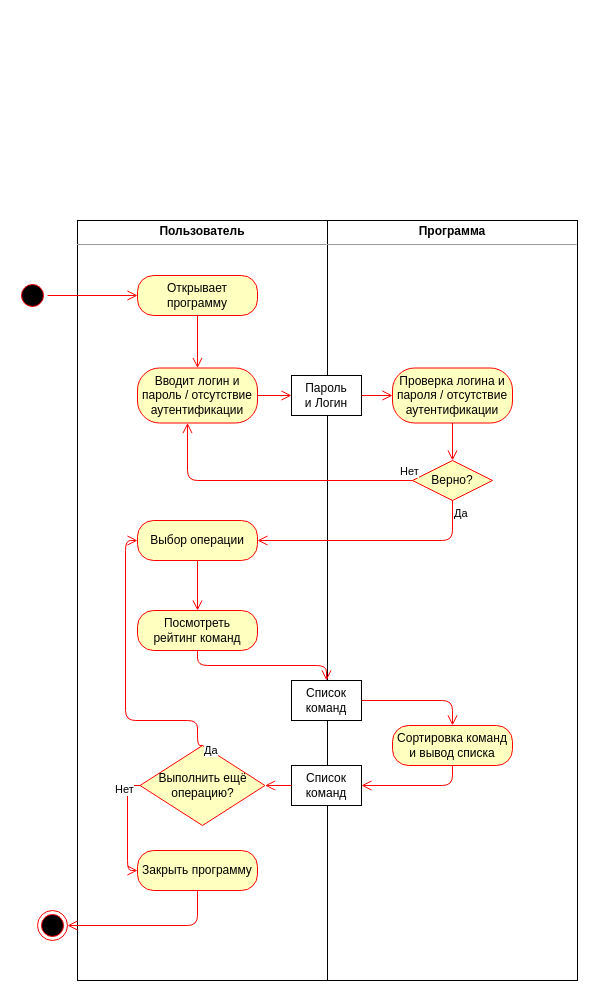
This is page "Page-1" (1 of 8) of business_process_diagram.drawio from hardlywave/PPVIS, a draw.io file, before an edit. Source tidied: cells renumbered, new cells numbered last; positions are measured from the earlier drawing's top-left corner, leaving out a move shared by most shapes. Both pictures are drawn from the tidied source at 100%, with x=0, y=0 at pixel (17, 220).
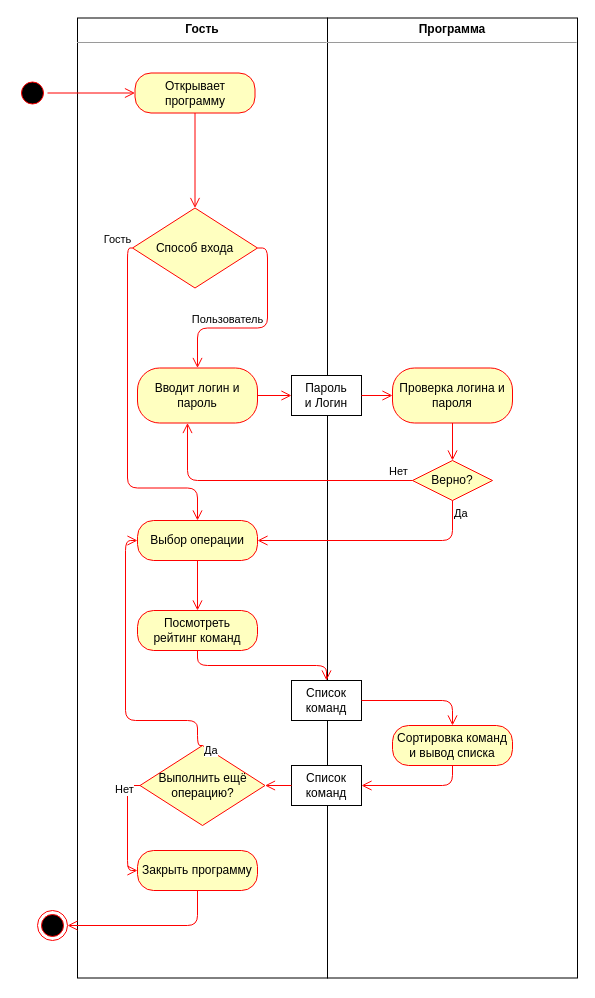
The same diagram, later.

The change refers to these unchanged cells:
```xml
<mxCell id="10" value="Верно?" style="rhombus;whiteSpace=wrap;html=1;fillColor=#ffffc0;strokeColor=#ff0000;" parent="1" vertex="1">
  <mxGeometry x="395" y="240" width="80" height="40" as="geometry" />
</mxCell>
<mxCell id="15" value="Выбор операции" style="rounded=1;whiteSpace=wrap;html=1;arcSize=40;fontColor=#000000;fillColor=#ffffc0;strokeColor=#ff0000;" parent="1" vertex="1">
  <mxGeometry x="120" y="300" width="120" height="40" as="geometry" />
</mxCell>
```

What changed in the source:
```diff
@@
-    <mxCell id="2" value="&lt;p style=&quot;margin: 0px ; margin-top: 4px ; text-align: center&quot;&gt;&lt;b&gt;Пользователь&lt;/b&gt;&lt;/p&gt;&lt;hr size=&quot;1&quot;&gt;&lt;div style=&quot;height: 2px&quot;&gt;&lt;/div&gt;" style="verticalAlign=top;align=left;overflow=fill;fontSize=12;fontFamily=Helvetica;html=1;" parent="1" vertex="1">
-      <mxGeometry x="60" width="250" height="760" as="geometry" />
+    <mxCell id="2" value="&lt;p style=&quot;margin: 0px ; margin-top: 4px ; text-align: center&quot;&gt;&lt;b&gt;Гость&lt;/b&gt;&lt;/p&gt;&lt;hr size=&quot;1&quot;&gt;&lt;div style=&quot;height: 2px&quot;&gt;&lt;/div&gt;" style="verticalAlign=top;align=left;overflow=fill;fontSize=12;fontFamily=Helvetica;html=1;" parent="1" vertex="1">
+      <mxGeometry x="60" y="-202.5" width="250" height="960" as="geometry" />
     </mxCell>
     <mxCell id="3" value="&lt;p style=&quot;margin: 0px ; margin-top: 4px ; text-align: center&quot;&gt;&lt;b&gt;Программа&lt;/b&gt;&lt;/p&gt;&lt;hr size=&quot;1&quot;&gt;&lt;div style=&quot;height: 2px&quot;&gt;&lt;/div&gt;" style="verticalAlign=top;align=left;overflow=fill;fontSize=12;fontFamily=Helvetica;html=1;" parent="1" vertex="1">
-      <mxGeometry x="310" width="250" height="760" as="geometry" />
+      <mxGeometry x="310" y="-202.5" width="250" height="960" as="geometry" />
     </mxCell>
     <mxCell id="4" style="ellipse;html=1;shape=startState;fillColor=#000000;strokeColor=#ff0000;" parent="1" vertex="1">
-      <mxGeometry y="60" width="30" height="30" as="geometry" />
+      <mxGeometry y="-142.5" width="30" height="30" as="geometry" />
     </mxCell>
@@
     <mxCell id="6" value="Открывает программу" style="rounded=1;whiteSpace=wrap;html=1;arcSize=40;fontColor=#000000;fillColor=#ffffc0;strokeColor=#ff0000;" parent="1" vertex="1">
-      <mxGeometry x="120" y="55" width="120" height="40" as="geometry" />
+      <mxGeometry x="117.5" y="-147.5" width="120" height="40" as="geometry" />
     </mxCell>
-    <mxCell id="7" style="edgeStyle=orthogonalEdgeStyle;html=1;verticalAlign=bottom;endArrow=open;endSize=8;strokeColor=#ff0000;entryX=0.5;entryY=0;entryDx=0;entryDy=0;" parent="1" edge="1" source="6" target="8">
+    <mxCell id="7" style="edgeStyle=orthogonalEdgeStyle;html=1;verticalAlign=bottom;endArrow=open;endSize=8;strokeColor=#ff0000;" parent="1" edge="1" source="6" target="33">
       <mxGeometry relative="1" as="geometry" />
     </mxCell>
-    <mxCell id="8" value="Вводит логин и пароль / отсутствие аутентификации" style="rounded=1;whiteSpace=wrap;html=1;arcSize=40;fontColor=#000000;fillColor=#ffffc0;strokeColor=#ff0000;" parent="1" vertex="1">
+    <mxCell id="8" value="Вводит логин и пароль" style="rounded=1;whiteSpace=wrap;html=1;arcSize=40;fontColor=#000000;fillColor=#ffffc0;strokeColor=#ff0000;" parent="1" vertex="1">
       <mxGeometry x="120" y="147.5" width="120" height="55" as="geometry" />
     </mxCell>
@@
     <mxCell id="11" value="Нет" style="edgeStyle=orthogonalEdgeStyle;html=1;align=left;verticalAlign=bottom;endArrow=open;endSize=8;strokeColor=#ff0000;" parent="1" edge="1" source="10" target="8">
-      <mxGeometry x="-0.9" relative="1" as="geometry">
+      <mxGeometry x="-0.82" relative="1" as="geometry">
         <Array as="points">
           <mxPoint x="170" y="260" />
         </Array>
       </mxGeometry>
     </mxCell>
@@
-    <mxCell id="13" value="Проверка логина и пароля / отсутствие аутентификации" style="rounded=1;whiteSpace=wrap;html=1;arcSize=40;fontColor=#000000;fillColor=#ffffc0;strokeColor=#ff0000;" parent="1" vertex="1">
+    <mxCell id="13" value="Проверка логина и пароля" style="rounded=1;whiteSpace=wrap;html=1;arcSize=40;fontColor=#000000;fillColor=#ffffc0;strokeColor=#ff0000;" parent="1" vertex="1">
       <mxGeometry x="375" y="147.5" width="120" height="55" as="geometry" />
     </mxCell>
@@
+    <mxCell id="33" value="Способ входа" style="rhombus;whiteSpace=wrap;html=1;fillColor=#ffffc0;strokeColor=#ff0000;" parent="1" vertex="1">
+      <mxGeometry x="115" y="-12.5" width="125" height="80" as="geometry" />
+    </mxCell>
+    <mxCell id="34" value="Гость" style="edgeStyle=orthogonalEdgeStyle;html=1;verticalAlign=bottom;endArrow=open;endSize=8;strokeColor=#ff0000;entryX=0.5;entryY=0;entryDx=0;entryDy=0;" parent="1" edge="1" source="33" target="15">
+      <mxGeometry x="-0.97" y="-10" relative="1" as="geometry">
+        <Array as="points">
+          <mxPoint x="110" y="27.5" />
+          <mxPoint x="110" y="267.5" />
+          <mxPoint x="180" y="267.5" />
+        </Array>
+      </mxGeometry>
+    </mxCell>
+    <mxCell id="35" value="Пользователь" style="edgeStyle=orthogonalEdgeStyle;html=1;verticalAlign=bottom;endArrow=open;endSize=8;strokeColor=#ff0000;exitX=1;exitY=0.5;exitDx=0;exitDy=0;" parent="1" edge="1" source="33" target="8">
+      <mxGeometry x="0.3" relative="1" as="geometry" />
+    </mxCell>
```
